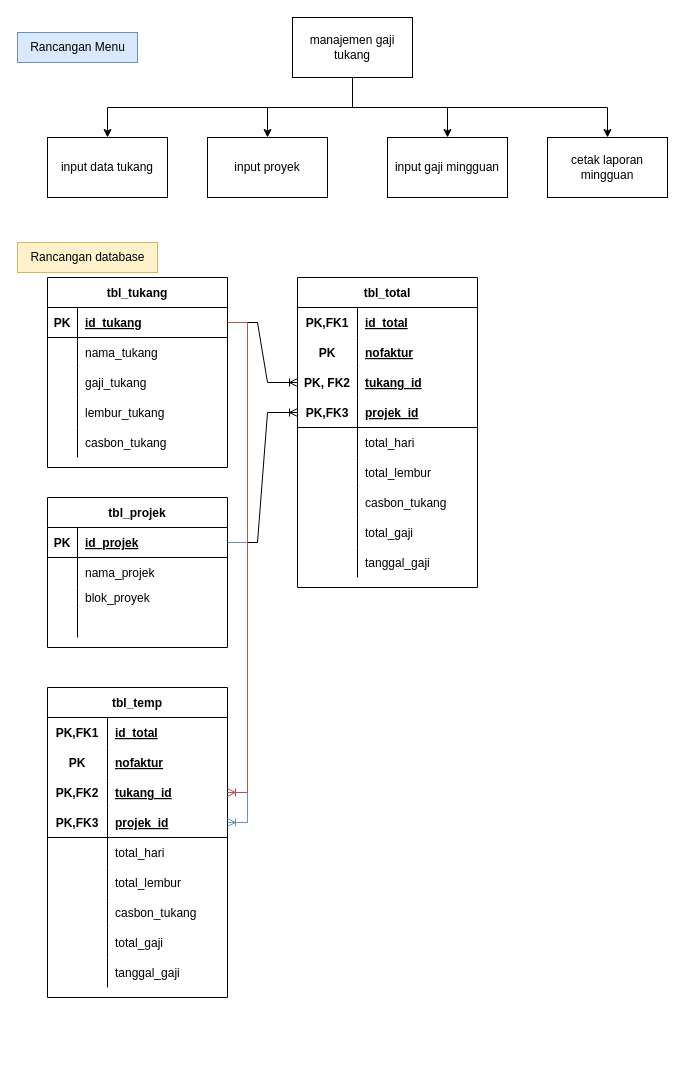
Above: Untitled Diagram.drawio in NurcholisAR/diagram-tukang (draw.io), before the change. Source tidied: cells renumbered, new cells numbered last; positions are measured from the earlier drawing's top-left corner, leaving out a move shared by most shapes. Both pictures are drawn from the tidied source at 100%, with x=0, y=0 at pixel (17, 17).
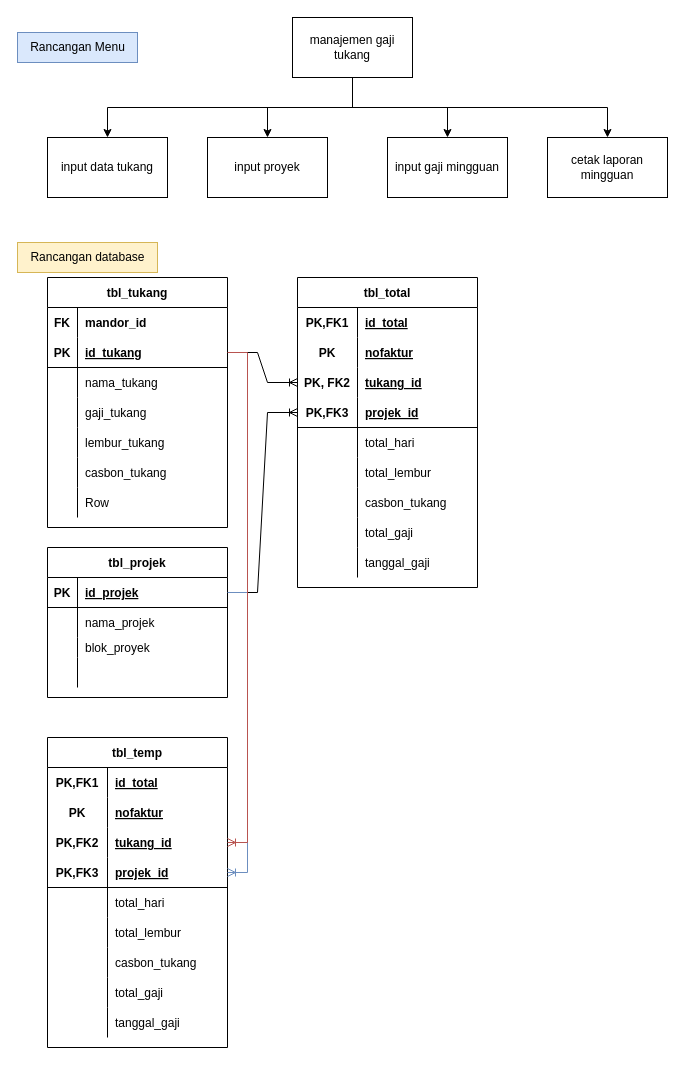
Above is the later version.

Commit message:
perbaikan table kuang

Unchanged cells that the change refers to:
```xml
<mxCell id="28" style="shape=tableRow;horizontal=0;startSize=0;swimlaneHead=0;swimlaneBody=0;fillColor=none;points=[[0,0.5],[1,0.5]];portConstraint=eastwest;top=0;left=0;right=0;bottom=1;" parent="27" vertex="1">
  <mxGeometry y="30" width="180" height="30" as="geometry" />
</mxCell>
<mxCell id="80" style="shape=tableRow;horizontal=0;startSize=0;swimlaneHead=0;swimlaneBody=0;fillColor=none;points=[[0,0.5],[1,0.5]];portConstraint=eastwest;top=0;left=0;right=0;bottom=1;" parent="70" vertex="1">
  <mxGeometry y="120" width="180" height="30" as="geometry" />
</mxCell>
```

What changed in the source:
```diff
@@
     <mxCell id="11" value="tbl_tukang" style="shape=table;startSize=30;childLayout=tableLayout;rowLines=0;fontStyle=1;align=center;" parent="1" vertex="1">
-      <mxGeometry x="30" y="260" width="180" height="190" as="geometry" />
+      <mxGeometry x="30" y="260" width="180" height="250" as="geometry" />
     </mxCell>
+    <mxCell id="106" style="shape=tableRow;horizontal=0;startSize=0;swimlaneHead=0;swimlaneBody=0;fillColor=none;top=0;left=0;right=0;bottom=0;" parent="11" vertex="1">
+      <mxGeometry y="30" width="180" height="30" as="geometry" />
+    </mxCell>
+    <mxCell id="107" value="FK" style="shape=partialRectangle;fillColor=none;top=0;left=0;bottom=0;right=0;fontStyle=1;overflow=hidden;" parent="106" vertex="1">
+      <mxGeometry width="30" height="30" as="geometry" />
+    </mxCell>
+    <mxCell id="108" value="mandor_id" style="shape=partialRectangle;fillColor=none;top=0;left=0;bottom=0;right=0;align=left;spacingLeft=6;fontStyle=1;overflow=hidden;" parent="106" vertex="1">
+      <mxGeometry x="30" width="150" height="30" as="geometry" />
+    </mxCell>
     <mxCell id="12" style="shape=tableRow;horizontal=0;startSize=0;swimlaneHead=0;swimlaneBody=0;fillColor=none;points=[[0,0.5],[1,0.5]];portConstraint=eastwest;top=0;left=0;right=0;bottom=1;" parent="11" vertex="1">
-      <mxGeometry y="30" width="180" height="30" as="geometry" />
+      <mxGeometry y="60" width="180" height="30" as="geometry" />
     </mxCell>
@@
     <mxCell id="15" style="shape=tableRow;horizontal=0;startSize=0;swimlaneHead=0;swimlaneBody=0;fillColor=none;top=0;left=0;right=0;bottom=0;" parent="11" vertex="1">
-      <mxGeometry y="60" width="180" height="30" as="geometry" />
+      <mxGeometry y="90" width="180" height="30" as="geometry" />
     </mxCell>
@@
     <mxCell id="18" style="shape=tableRow;horizontal=0;startSize=0;swimlaneHead=0;swimlaneBody=0;fillColor=none;top=0;left=0;right=0;bottom=0;" parent="11" vertex="1">
-      <mxGeometry y="90" width="180" height="30" as="geometry" />
+      <mxGeometry y="120" width="180" height="30" as="geometry" />
     </mxCell>
@@
     <mxCell id="21" style="shape=tableRow;horizontal=0;startSize=0;swimlaneHead=0;swimlaneBody=0;fillColor=none;top=0;left=0;right=0;bottom=0;" parent="11" vertex="1">
-      <mxGeometry y="120" width="180" height="30" as="geometry" />
+      <mxGeometry y="150" width="180" height="30" as="geometry" />
     </mxCell>
@@
     <mxCell id="24" style="shape=tableRow;horizontal=0;startSize=0;swimlaneHead=0;swimlaneBody=0;fillColor=none;top=0;left=0;right=0;bottom=0;" parent="11" vertex="1">
-      <mxGeometry y="150" width="180" height="30" as="geometry" />
+      <mxGeometry y="180" width="180" height="30" as="geometry" />
     </mxCell>
@@
+    <mxCell id="109" style="shape=tableRow;horizontal=0;startSize=0;swimlaneHead=0;swimlaneBody=0;fillColor=none;top=0;left=0;right=0;bottom=0;" parent="11" vertex="1">
+      <mxGeometry y="210" width="180" height="30" as="geometry" />
+    </mxCell>
+    <mxCell id="110" style="shape=partialRectangle;fillColor=none;top=0;left=0;bottom=0;right=0;overflow=hidden;" parent="109" vertex="1">
+      <mxGeometry width="30" height="30" as="geometry" />
+    </mxCell>
+    <mxCell id="111" value="Row" style="shape=partialRectangle;fillColor=none;top=0;left=0;bottom=0;right=0;align=left;spacingLeft=6;overflow=hidden;" parent="109" vertex="1">
+      <mxGeometry x="30" width="150" height="30" as="geometry" />
+    </mxCell>
     <mxCell id="27" value="tbl_projek" style="shape=table;startSize=30;childLayout=tableLayout;rowLines=0;fontStyle=1;align=center;" parent="1" vertex="1">
-      <mxGeometry x="30" y="480" width="180" height="150" as="geometry" />
+      <mxGeometry x="30" y="530" width="180" height="150" as="geometry" />
     </mxCell>
@@
     <mxCell id="70" value="tbl_temp" style="shape=table;startSize=30;childLayout=tableLayout;rowLines=0;fontStyle=1;align=center;" parent="1" vertex="1">
-      <mxGeometry x="30" y="670" width="180" height="310" as="geometry" />
+      <mxGeometry x="30" y="720" width="180" height="310" as="geometry" />
     </mxCell>
@@
     <mxCell id="98" value="PK,FK1" style="shape=partialRectangle;fillColor=none;top=0;left=0;bottom=0;right=0;fontStyle=1;overflow=hidden;" parent="1" vertex="1">
-      <mxGeometry x="30" y="700" width="60" height="30" as="geometry" />
+      <mxGeometry x="30" y="750" width="60" height="30" as="geometry" />
     </mxCell>
     <mxCell id="99" value="PK" style="shape=partialRectangle;fillColor=none;top=0;left=0;bottom=0;right=0;overflow=hidden;fontStyle=1;" parent="1" vertex="1">
-      <mxGeometry x="30" y="730" width="60" height="30" as="geometry" />
+      <mxGeometry x="30" y="780" width="60" height="30" as="geometry" />
     </mxCell>
     <mxCell id="100" value="PK,FK2" style="shape=partialRectangle;fillColor=none;top=0;left=0;bottom=0;right=0;overflow=hidden;fontStyle=1;" parent="1" vertex="1">
-      <mxGeometry x="30" y="760" width="60" height="30" as="geometry" />
+      <mxGeometry x="30" y="810" width="60" height="30" as="geometry" />
     </mxCell>
     <mxCell id="101" value="PK,FK3" style="shape=partialRectangle;fillColor=none;top=0;left=0;bottom=0;right=0;fontStyle=1;overflow=hidden;" parent="1" vertex="1">
-      <mxGeometry x="30" y="790" width="60" height="30" as="geometry" />
+      <mxGeometry x="30" y="840" width="60" height="30" as="geometry" />
     </mxCell>
     <mxCell id="102" style="edgeStyle=orthogonalEdgeStyle;rounded=0;jettySize=auto;html=1;exitX=1;exitY=0.5;exitDx=0;exitDy=0;entryX=1;entryY=0.5;entryDx=0;entryDy=0;endArrow=ERoneToMany;endFill=0;fillColor=#dae8fc;strokeColor=#6c8ebf;" parent="1" edge="1" source="28" target="80">
       <mxGeometry relative="1" as="geometry">
         <Array as="points">
-          <mxPoint x="230" y="525" />
-          <mxPoint x="230" y="805" />
+          <mxPoint x="230" y="575" />
+          <mxPoint x="230" y="855" />
         </Array>
       </mxGeometry>
     </mxCell>
```
